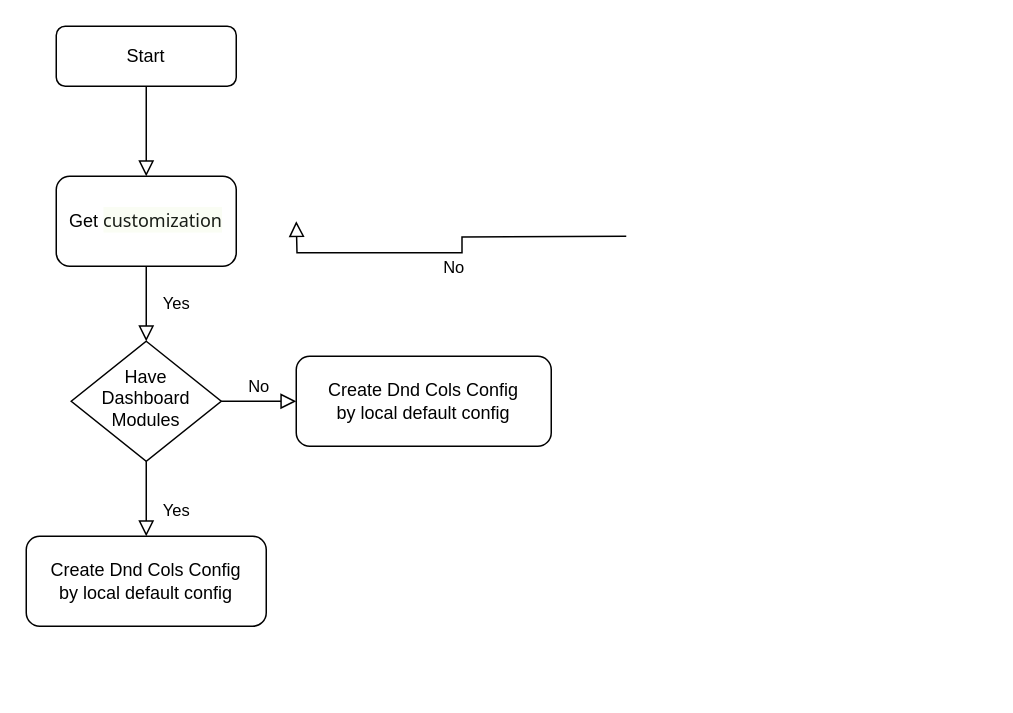
Earlier version of the draw.io diagram Dnd Api Data Combine With Local Config.drawio (SmileSB1O1/draw-active). Source tidied: cells renumbered, new cells numbered last; positions are measured from the earlier drawing's top-left corner, leaving out a move shared by most shapes. Both pictures are drawn from the tidied source at 150%, with x=0, y=0 at pixel (26, 26).
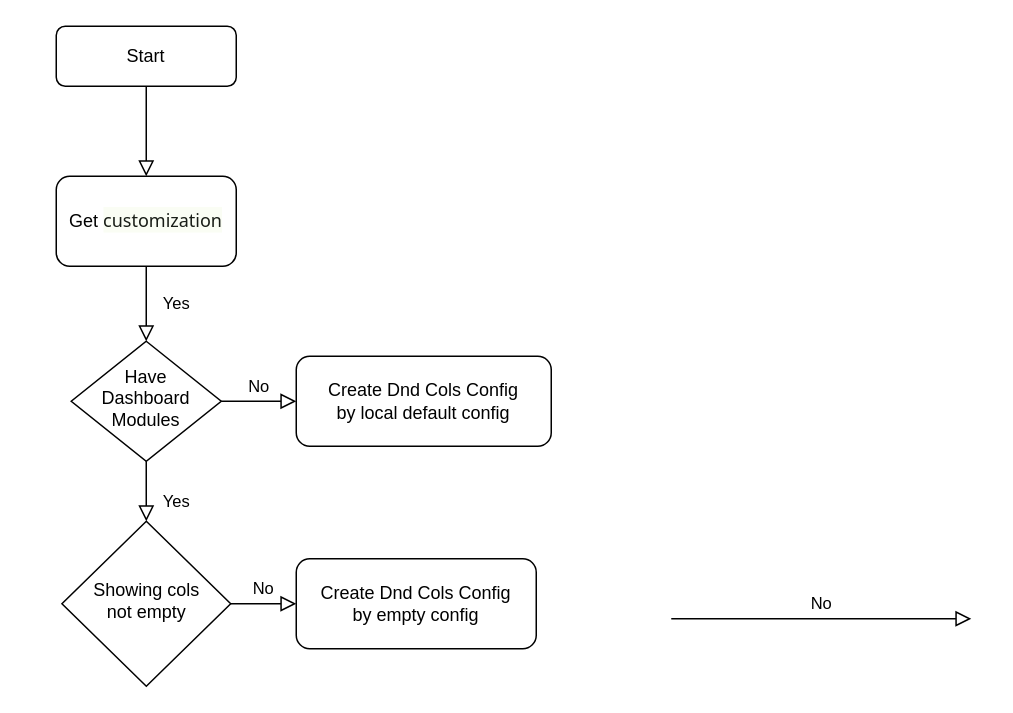
After the change.

Change to the diagram source:
```diff
@@
 <mxGraphModel>
   <root>
     <mxCell id="0" />
     <mxCell id="1" parent="0" />
     <mxCell id="2" style="rounded=0;html=1;jettySize=auto;fontSize=11;endArrow=block;endFill=0;endSize=8;strokeWidth=1;shadow=0;labelBackgroundColor=none;edgeStyle=orthogonalEdgeStyle;" parent="1" edge="1" source="3" target="11">
       <mxGeometry relative="1" as="geometry" />
     </mxCell>
     <mxCell id="3" value="Start" style="rounded=1;whiteSpace=wrap;html=1;fontSize=12;glass=0;strokeWidth=1;shadow=0;" parent="1" vertex="1">
       <mxGeometry x="20" width="120" height="40" as="geometry" />
     </mxCell>
     <mxCell id="4" value="Yes" style="rounded=0;html=1;jettySize=auto;fontSize=11;endArrow=block;endFill=0;endSize=8;strokeWidth=1;shadow=0;labelBackgroundColor=none;edgeStyle=orthogonalEdgeStyle;exitX=0.5;exitY=1;exitDx=0;exitDy=0;" parent="1" edge="1" source="11" target="8">
       <mxGeometry y="20" relative="1" as="geometry" />
     </mxCell>
-    <mxCell id="5" value="No" style="edgeStyle=orthogonalEdgeStyle;rounded=0;html=1;jettySize=auto;orthogonalLoop=1;fontSize=11;endArrow=block;endFill=0;endSize=8;strokeWidth=1;shadow=0;labelBackgroundColor=none;" parent="1" edge="1">
-      <mxGeometry y="10" relative="1" as="geometry">
-        <mxPoint x="400" y="140" as="sourcePoint" />
-        <mxPoint x="180" y="130" as="targetPoint" />
-      </mxGeometry>
-    </mxCell>
-    <mxCell id="6" value="Yes" style="rounded=0;html=1;jettySize=auto;fontSize=11;endArrow=block;endFill=0;endSize=8;strokeWidth=1;shadow=0;labelBackgroundColor=none;edgeStyle=orthogonalEdgeStyle;" parent="1" edge="1" source="8" target="9">
+    <mxCell id="6" value="Yes" style="rounded=0;html=1;jettySize=auto;fontSize=11;endArrow=block;endFill=0;endSize=8;strokeWidth=1;shadow=0;labelBackgroundColor=none;edgeStyle=orthogonalEdgeStyle;entryX=0.5;entryY=0;entryDx=0;entryDy=0;" parent="1" edge="1" source="8" target="12">
       <mxGeometry x="0.33" y="20" relative="1" as="geometry" />
     </mxCell>
     <mxCell id="7" value="No" style="edgeStyle=orthogonalEdgeStyle;rounded=0;html=1;jettySize=auto;fontSize=11;endArrow=block;endFill=0;endSize=8;strokeWidth=1;shadow=0;labelBackgroundColor=none;" parent="1" edge="1" source="8" target="10">
       <mxGeometry y="10" relative="1" as="geometry" />
     </mxCell>
     <mxCell id="8" value="Have Dashboard Modules" style="rhombus;whiteSpace=wrap;html=1;shadow=0;fontFamily=Helvetica;fontSize=12;align=center;strokeWidth=1;spacing=6;spacingTop=-4;" parent="1" vertex="1">
       <mxGeometry x="30" y="210" width="100" height="80" as="geometry" />
     </mxCell>
-    <mxCell id="9" value="Create Dnd Cols Config&lt;div&gt;by local default config&lt;/div&gt;" style="rounded=1;whiteSpace=wrap;html=1;fontSize=12;glass=0;strokeWidth=1;shadow=0;" parent="1" vertex="1">
-      <mxGeometry y="340" width="160" height="60" as="geometry" />
-    </mxCell>
     <mxCell id="10" value="Create Dnd Cols Config&lt;div&gt;by local default config&lt;/div&gt;" style="rounded=1;whiteSpace=wrap;html=1;fontSize=12;glass=0;strokeWidth=1;shadow=0;" parent="1" vertex="1">
       <mxGeometry x="180" y="220" width="170" height="60" as="geometry" />
     </mxCell>
     <mxCell id="11" value="Get&amp;nbsp;&lt;span style=&quot;color: rgb(25, 29, 23); font-family: system-ui, sans-serif; text-align: start; background-color: rgb(250, 253, 244);&quot;&gt;customization&lt;/span&gt;" style="rounded=1;whiteSpace=wrap;html=1;" parent="1" vertex="1">
       <mxGeometry x="20" y="100" width="120" height="60" as="geometry" />
     </mxCell>
+    <mxCell id="12" value="Showing cols&lt;br&gt;not empty" style="rhombus;whiteSpace=wrap;html=1;shadow=0;fontFamily=Helvetica;fontSize=12;align=center;strokeWidth=1;spacing=6;spacingTop=-4;" parent="1" vertex="1">
+      <mxGeometry x="23.8" y="330" width="112.5" height="110" as="geometry" />
+    </mxCell>
+    <mxCell id="13" value="Create Dnd Cols Config&lt;div&gt;by empty config&lt;/div&gt;" style="rounded=1;whiteSpace=wrap;html=1;fontSize=12;glass=0;strokeWidth=1;shadow=0;" parent="1" vertex="1">
+      <mxGeometry x="180" y="355" width="160" height="60" as="geometry" />
+    </mxCell>
+    <mxCell id="14" value="No" style="edgeStyle=orthogonalEdgeStyle;rounded=0;html=1;jettySize=auto;fontSize=11;endArrow=block;endFill=0;endSize=8;strokeWidth=1;shadow=0;labelBackgroundColor=none;entryX=0;entryY=0.5;entryDx=0;entryDy=0;exitX=1;exitY=0.5;exitDx=0;exitDy=0;" parent="1" edge="1" source="12" target="13">
+      <mxGeometry y="10" relative="1" as="geometry" />
+    </mxCell>
+    <mxCell id="5" value="No" style="edgeStyle=orthogonalEdgeStyle;rounded=0;html=1;jettySize=auto;orthogonalLoop=1;fontSize=11;endArrow=block;endFill=0;endSize=8;strokeWidth=1;shadow=0;labelBackgroundColor=none;" parent="1" edge="1">
+      <mxGeometry y="10" relative="1" as="geometry">
+        <mxPoint x="430" y="395" as="sourcePoint" />
+        <mxPoint x="630" y="395" as="targetPoint" />
+      </mxGeometry>
+    </mxCell>
   </root>
 </mxGraphModel>
```
